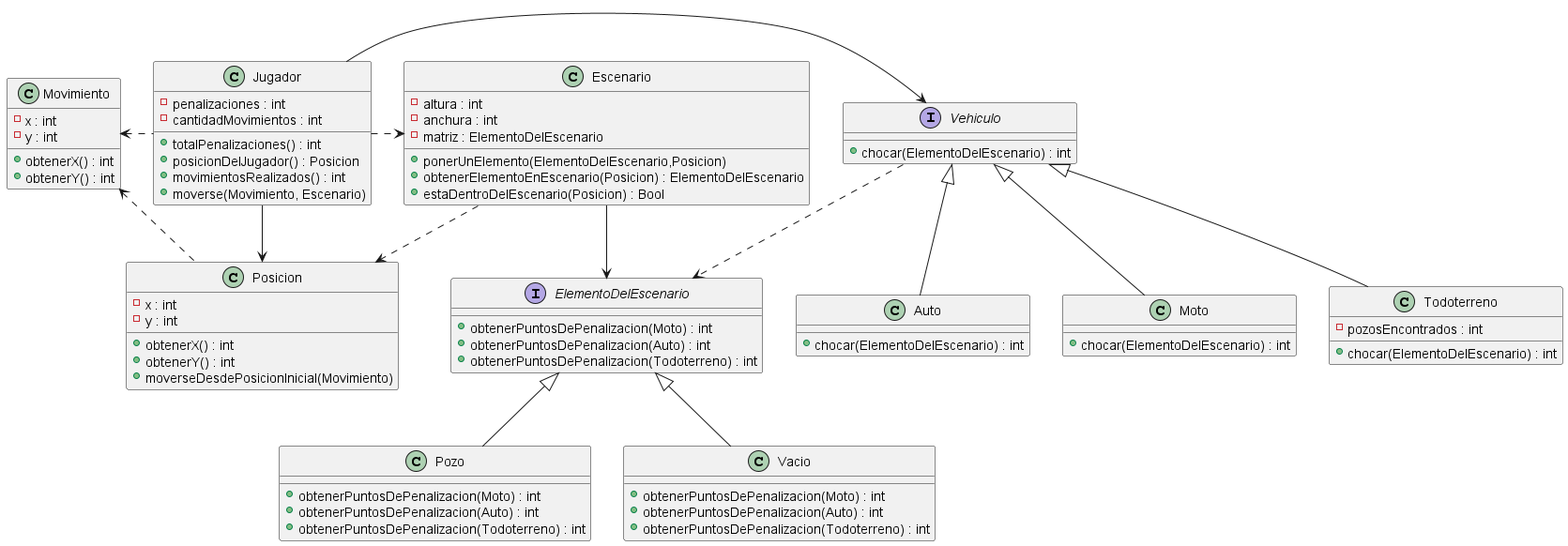
The PlantUML diagram diagrams/classes/diagrama_clase.png in NestorPala/T17-GPSChallenge, before a commit. Its source is kept beside it as diagrams/classes/diagrama_clase.puml.
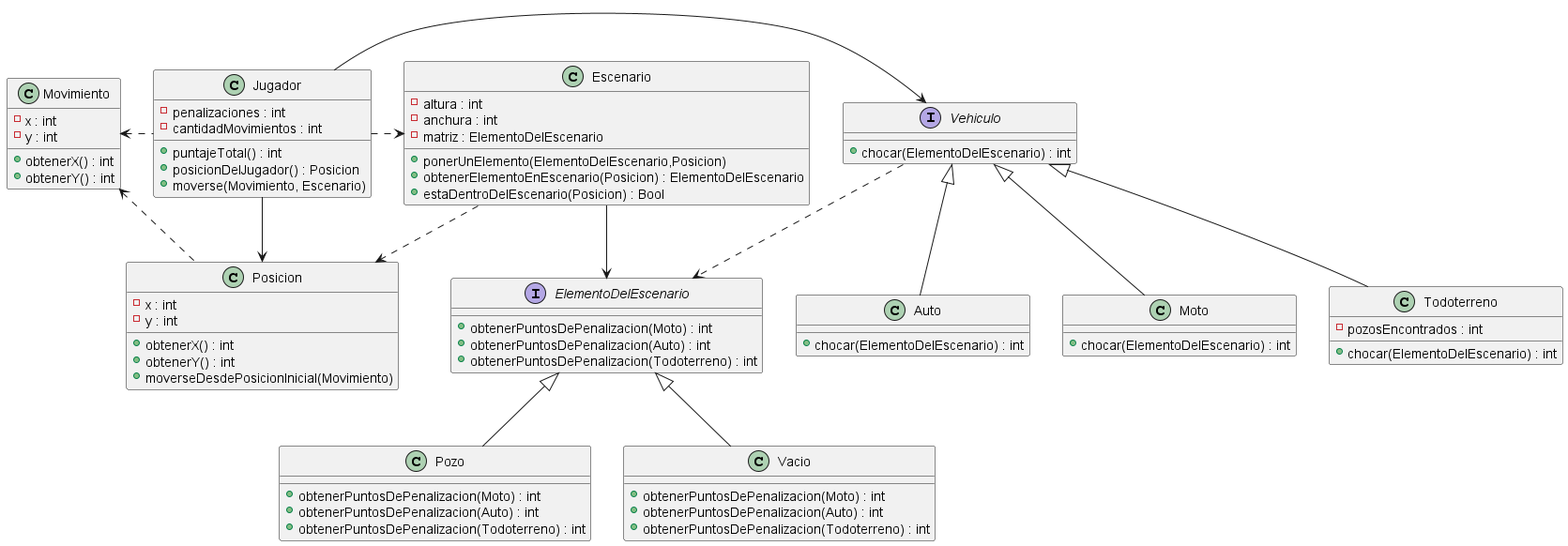
Above is the later version.

What changed in the source:
```diff
@@ -3,9 +3,8 @@
 class Jugador {
     - penalizaciones : int
     - cantidadMovimientos : int
-    + totalPenalizaciones() : int
+    + puntajeTotal() : int
     + posicionDelJugador() : Posicion
-    + movimientosRealizados() : int
     + moverse(Movimiento, Escenario)
 }
 
```
